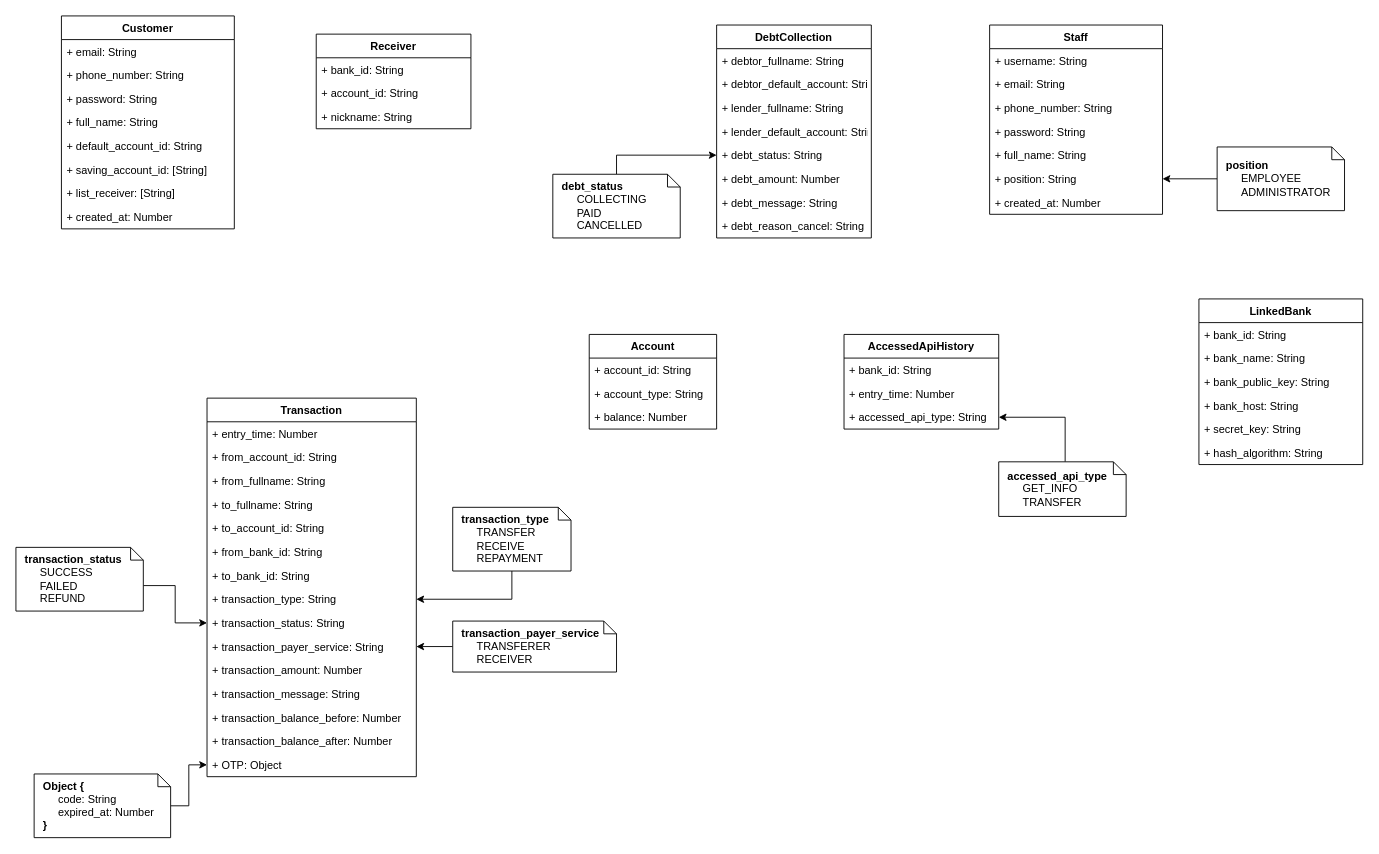
Above: 03_Design/01_Data/InternetBanking.drawio in imdotnhsang/AWAD_NNDK_08 (draw.io), before the change. Source tidied: cells renumbered, new cells numbered last; positions are measured from the earlier drawing's top-left corner, leaving out a move shared by most shapes. Both pictures are drawn from the tidied source at 91%, with x=0, y=0 at pixel (15, 15).
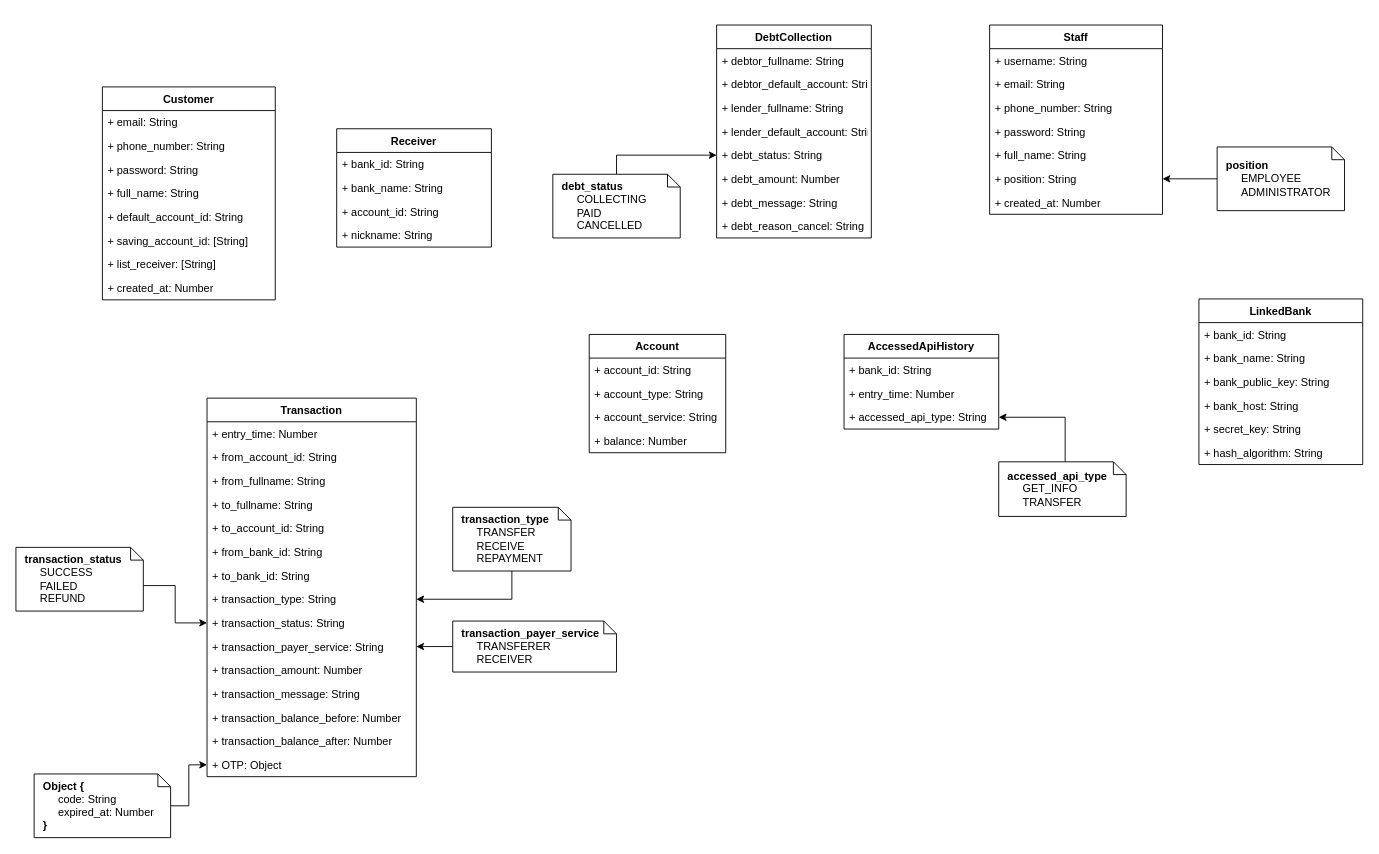
Above is the later version.

The edit, as a diff of the source:
```diff
@@
     <mxCell id="33" value="Account" style="swimlane;fontStyle=1;horizontal=1;startSize=26;fillColor=none;" parent="1" vertex="1">
-      <mxGeometry x="630" y="350" width="140" height="104" as="geometry" />
+      <mxGeometry x="630" y="350" width="150" height="130" as="geometry" />
     </mxCell>
     <mxCell id="34" value="+ account_id: String" style="text;strokeColor=none;fillColor=none;align=left;verticalAlign=top;spacingLeft=4;spacingRight=4;overflow=hidden;" parent="33" vertex="1">
-      <mxGeometry y="26" width="140" height="26" as="geometry" />
+      <mxGeometry y="26" width="150" height="26" as="geometry" />
     </mxCell>
     <mxCell id="35" value="+ account_type: String" style="text;strokeColor=none;fillColor=none;align=left;verticalAlign=top;spacingLeft=4;spacingRight=4;overflow=hidden;" parent="33" vertex="1">
-      <mxGeometry y="52" width="140" height="26" as="geometry" />
+      <mxGeometry y="52" width="150" height="26" as="geometry" />
     </mxCell>
+    <mxCell id="77" value="+ account_service: String" style="text;strokeColor=none;fillColor=none;align=left;verticalAlign=top;spacingLeft=4;spacingRight=4;overflow=hidden;" parent="33" vertex="1">
+      <mxGeometry y="78" width="150" height="26" as="geometry" />
+    </mxCell>
     <mxCell id="36" value="+ balance: Number" style="text;strokeColor=none;fillColor=none;align=left;verticalAlign=top;spacingLeft=4;spacingRight=4;overflow=hidden;" parent="33" vertex="1">
-      <mxGeometry y="78" width="140" height="26" as="geometry" />
+      <mxGeometry y="104" width="150" height="26" as="geometry" />
     </mxCell>
@@
     <mxCell id="41" value="Customer" style="swimlane;fontStyle=1;horizontal=1;startSize=26;fillColor=none;" parent="1" vertex="1">
-      <mxGeometry x="50" width="190" height="234" as="geometry" />
+      <mxGeometry x="95" y="78" width="190" height="234" as="geometry" />
     </mxCell>
@@
     <mxCell id="54" value="Receiver" style="swimlane;fontStyle=1;horizontal=1;startSize=26;fillColor=none;" parent="1" vertex="1">
-      <mxGeometry x="330" y="20" width="170" height="104" as="geometry" />
+      <mxGeometry x="352.5" y="124" width="170" height="130" as="geometry" />
     </mxCell>
@@
+    <mxCell id="78" value="+ bank_name: String" style="text;strokeColor=none;fillColor=none;align=left;verticalAlign=top;spacingLeft=4;spacingRight=4;overflow=hidden;" parent="54" vertex="1">
+      <mxGeometry y="52" width="170" height="26" as="geometry" />
+    </mxCell>
     <mxCell id="56" value="+ account_id: String" style="text;strokeColor=none;fillColor=none;align=left;verticalAlign=top;spacingLeft=4;spacingRight=4;overflow=hidden;" parent="54" vertex="1">
-      <mxGeometry y="52" width="170" height="26" as="geometry" />
+      <mxGeometry y="78" width="170" height="26" as="geometry" />
     </mxCell>
     <mxCell id="57" value="+ nickname: String" style="text;strokeColor=none;fillColor=none;align=left;verticalAlign=top;spacingLeft=4;spacingRight=4;overflow=hidden;" parent="54" vertex="1">
-      <mxGeometry y="78" width="170" height="26" as="geometry" />
+      <mxGeometry y="104" width="170" height="26" as="geometry" />
     </mxCell>
```
